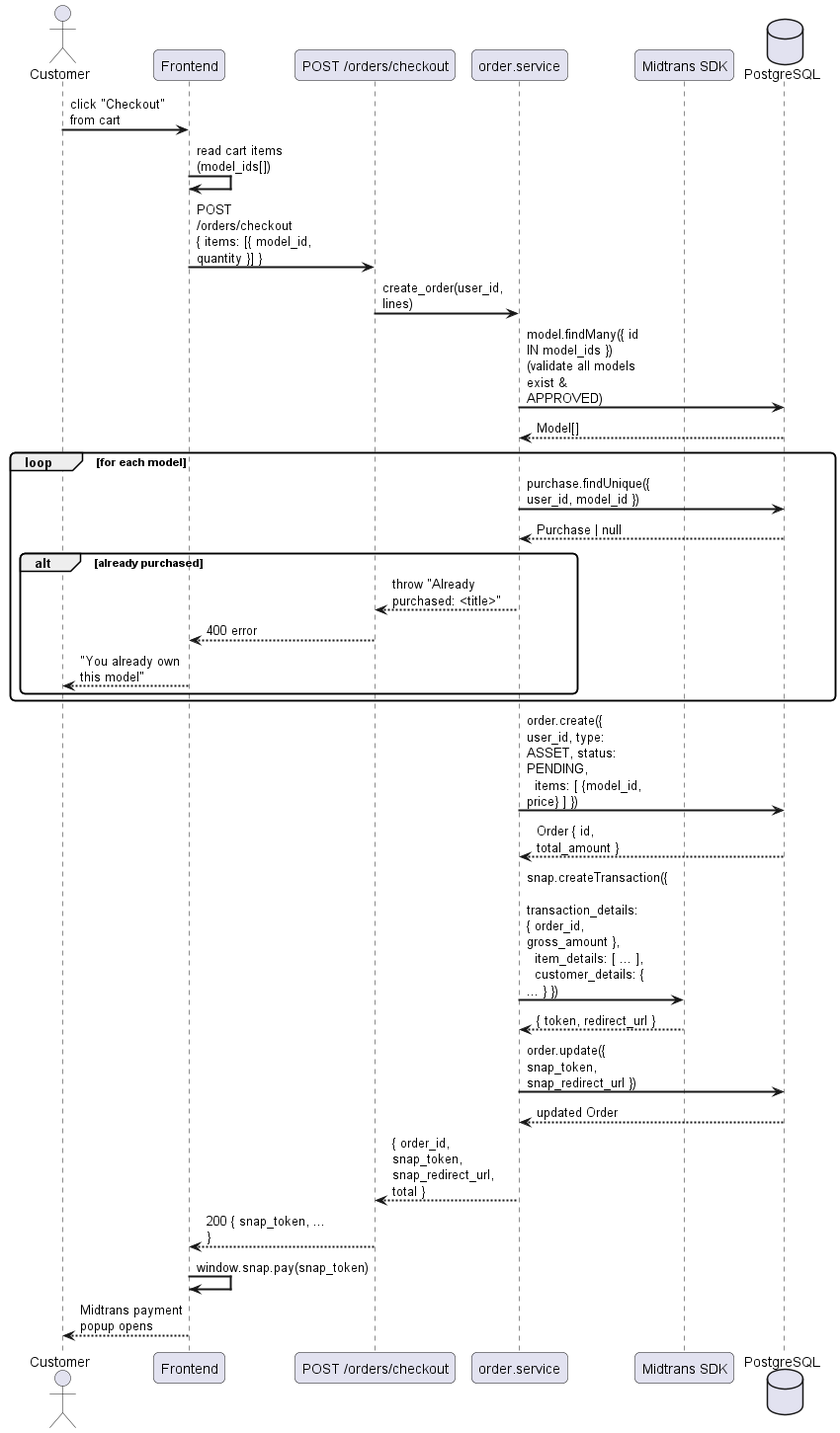
Above: docs/diagrams/exports/sequence/commerce/sequence_checkout.png in Schryzon/3Dex (PlantUML), before the change. Source of this version:
```plantuml
@startuml
skinparam sequenceArrowThickness 2
skinparam roundcorner 10
skinparam maxmessagesize 120

actor "Customer" as C
participant "Frontend" as FE
participant "POST /orders/checkout" as API
participant "order.service" as OS
participant "Midtrans SDK" as MT
database "PostgreSQL" as DB

C -> FE : click "Checkout" from cart
FE -> FE : read cart items (model_ids[])
FE -> API : POST /orders/checkout\n{ items: [{ model_id, quantity }] }
API -> OS : create_order(user_id, lines)
OS -> DB : model.findMany({ id IN model_ids })\n(validate all models exist & APPROVED)
DB --> OS : Model[]

loop for each model
    OS -> DB : purchase.findUnique({ user_id, model_id })
    DB --> OS : Purchase | null
    alt already purchased
        OS --> API : throw "Already purchased: <title>"
        API --> FE : 400 error
        FE --> C : "You already own this model"
    end
end

OS -> DB : order.create({ user_id, type: ASSET, status: PENDING,\n  items: [ {model_id, price} ] })
DB --> OS : Order { id, total_amount }
OS -> MT : snap.createTransaction({\n  transaction_details: { order_id, gross_amount },\n  item_details: [ ... ],\n  customer_details: { ... } })
MT --> OS : { token, redirect_url }
OS -> DB : order.update({ snap_token, snap_redirect_url })
DB --> OS : updated Order
OS --> API : { order_id, snap_token, snap_redirect_url, total }
API --> FE : 200 { snap_token, ... }
FE -> FE : window.snap.pay(snap_token)
FE --> C : Midtrans payment popup opens
@enduml
```
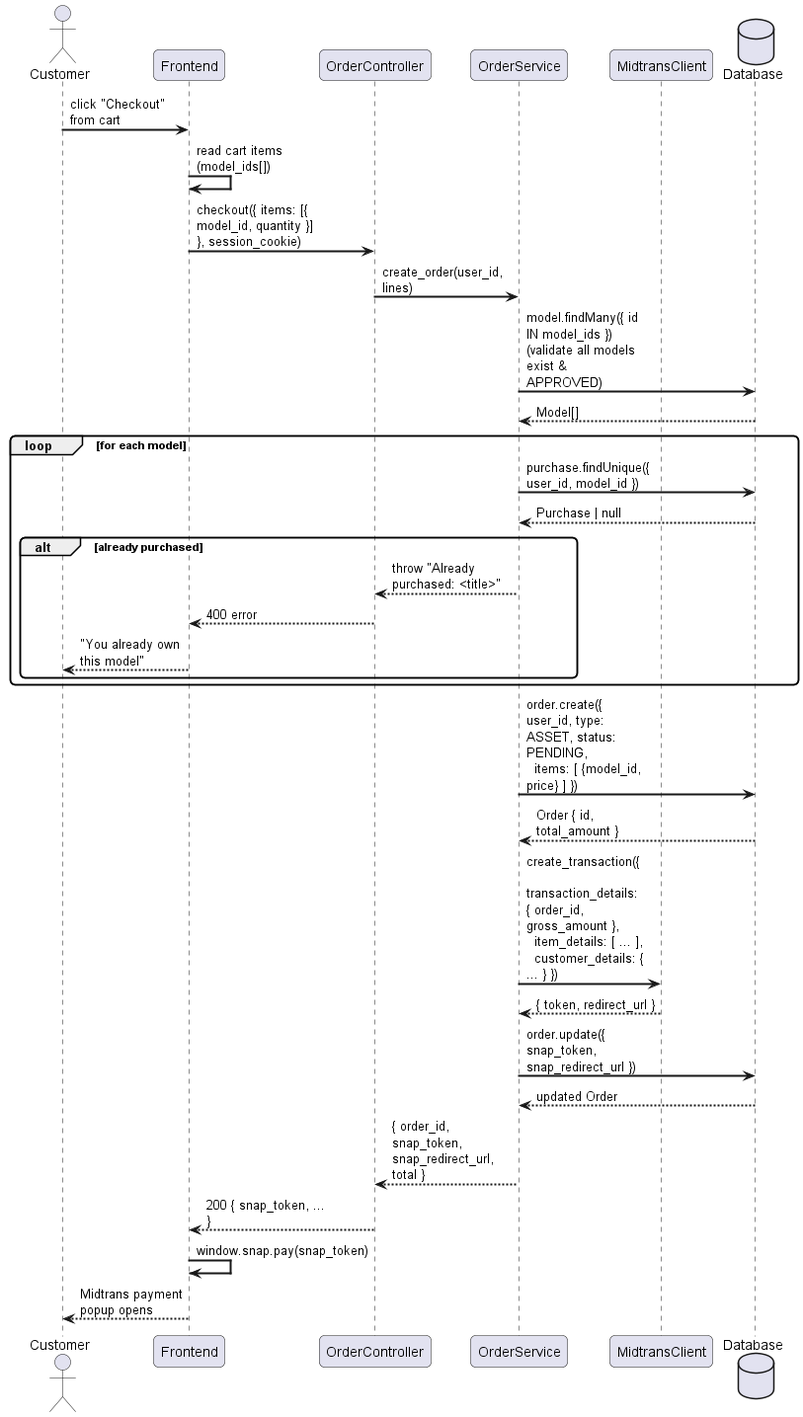
The same diagram one commit later.

What changed in the source:
```diff
@@ -5,15 +5,15 @@
 
 actor "Customer" as C
 participant "Frontend" as FE
-participant "POST /orders/checkout" as API
-participant "order.service" as OS
-participant "Midtrans SDK" as MT
-database "PostgreSQL" as DB
+participant "OrderController" as OC
+participant "OrderService" as OS
+participant "MidtransClient" as MT
+database "Database" as DB
 
 C -> FE : click "Checkout" from cart
 FE -> FE : read cart items (model_ids[])
-FE -> API : POST /orders/checkout\n{ items: [{ model_id, quantity }] }
-API -> OS : create_order(user_id, lines)
+FE -> OC : checkout({ items: [{ model_id, quantity }] }, session_cookie)
+OC -> OS : create_order(user_id, lines)
 OS -> DB : model.findMany({ id IN model_ids })\n(validate all models exist & APPROVED)
 DB --> OS : Model[]
 
@@ -21,20 +21,20 @@
     OS -> DB : purchase.findUnique({ user_id, model_id })
     DB --> OS : Purchase | null
     alt already purchased
-        OS --> API : throw "Already purchased: <title>"
-        API --> FE : 400 error
+        OS --> OC : throw "Already purchased: <title>"
+        OC --> FE : 400 error
         FE --> C : "You already own this model"
     end
 end
 
 OS -> DB : order.create({ user_id, type: ASSET, status: PENDING,\n  items: [ {model_id, price} ] })
 DB --> OS : Order { id, total_amount }
-OS -> MT : snap.createTransaction({\n  transaction_details: { order_id, gross_amount },\n  item_details: [ ... ],\n  customer_details: { ... } })
+OS -> MT : create_transaction({\n  transaction_details: { order_id, gross_amount },\n  item_details: [ ... ],\n  customer_details: { ... } })
 MT --> OS : { token, redirect_url }
 OS -> DB : order.update({ snap_token, snap_redirect_url })
 DB --> OS : updated Order
-OS --> API : { order_id, snap_token, snap_redirect_url, total }
-API --> FE : 200 { snap_token, ... }
+OS --> OC : { order_id, snap_token, snap_redirect_url, total }
+OC --> FE : 200 { snap_token, ... }
 FE -> FE : window.snap.pay(snap_token)
 FE --> C : Midtrans payment popup opens
 @enduml
```
